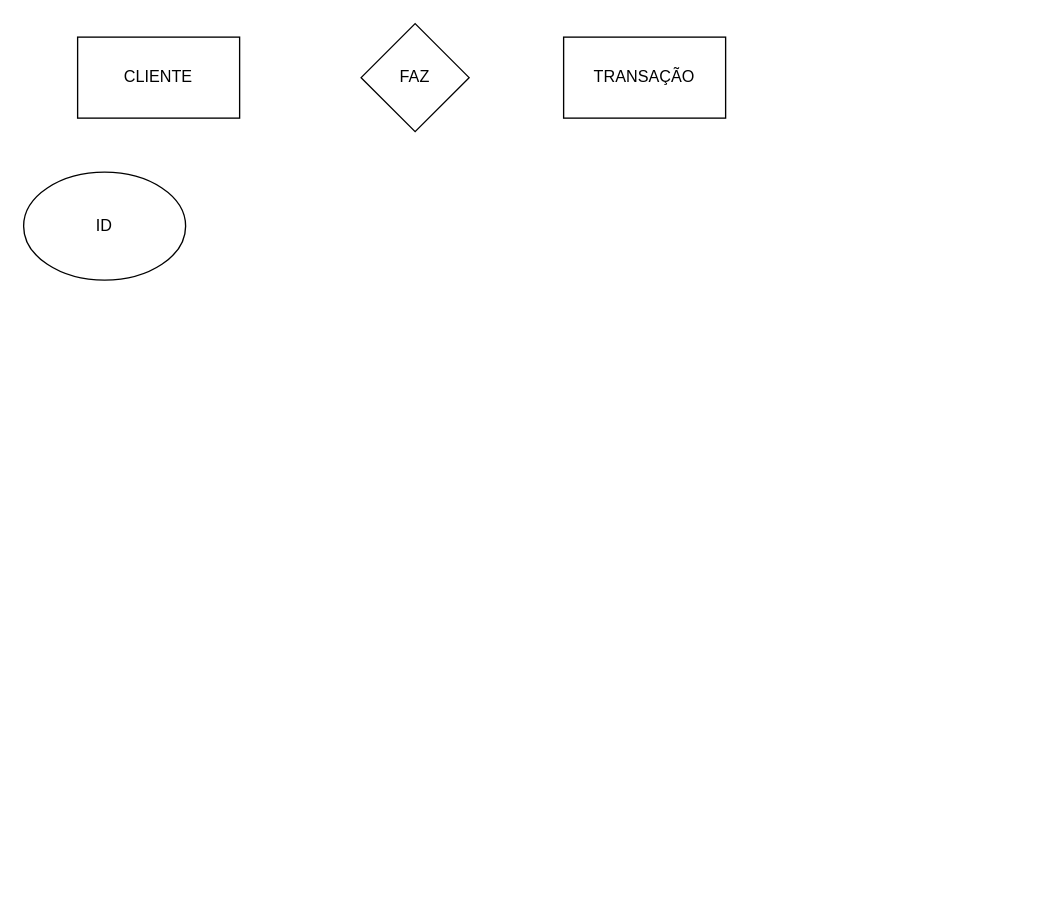
This is ENTIDADE RELACIONAMENTO DESAFIO.drawio from geovanafsantos/ascoisatudo, a draw.io file, before an edit. Source tidied: cells renumbered, new cells numbered last; positions are measured from the earlier drawing's top-left corner, leaving out a move shared by most shapes. Both pictures are drawn from the tidied source at 135%, with x=0, y=0 at pixel (23, 23).
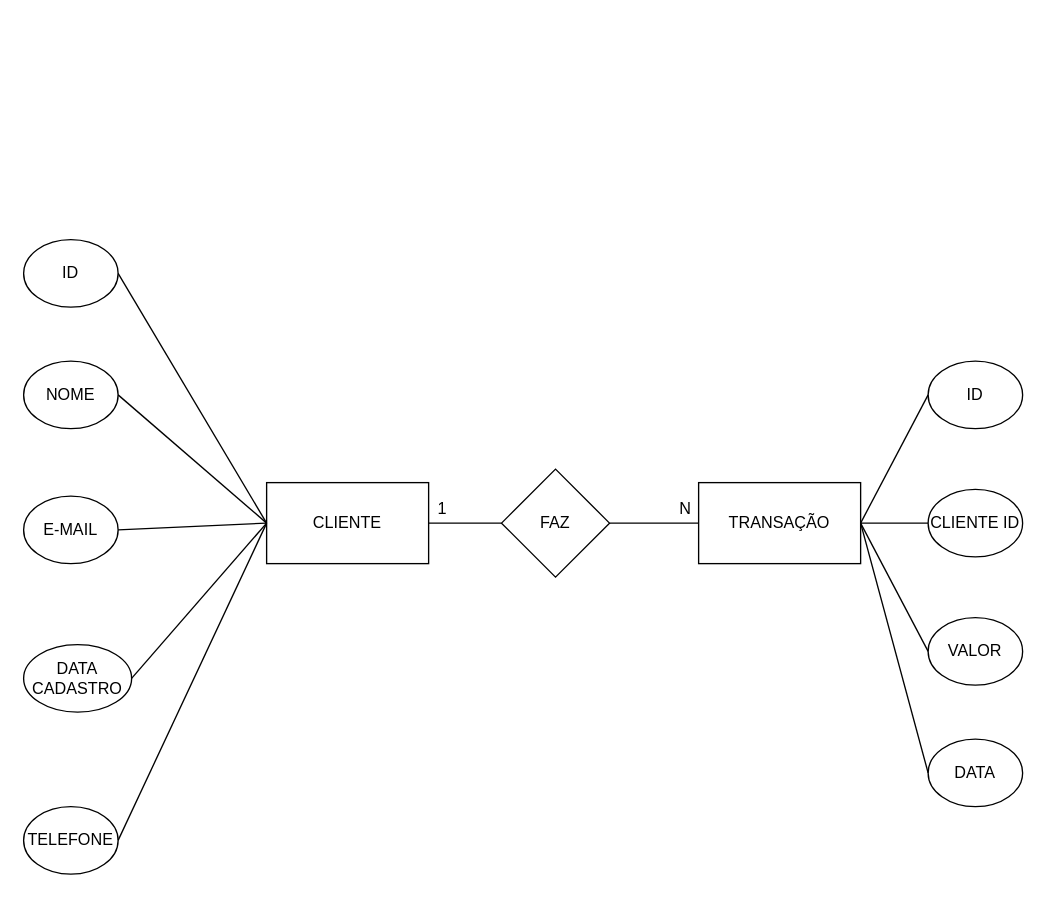
Above is the later version.

The edit, as a diff of the source:
```diff
@@
     <mxCell id="2" value="CLIENTE" style="rounded=0;whiteSpace=wrap;html=1;" parent="1" vertex="1">
-      <mxGeometry x="40" y="10" width="120" height="60" as="geometry" />
+      <mxGeometry x="180" y="340" width="120" height="60" as="geometry" />
     </mxCell>
     <mxCell id="3" value="FAZ" style="rhombus;whiteSpace=wrap;html=1;" parent="1" vertex="1">
-      <mxGeometry x="250" width="80" height="80" as="geometry" />
+      <mxGeometry x="354" y="330" width="80" height="80" as="geometry" />
     </mxCell>
     <mxCell id="4" value="TRANSAÇÃO" style="rounded=0;whiteSpace=wrap;html=1;" parent="1" vertex="1">
-      <mxGeometry x="400" y="10" width="120" height="60" as="geometry" />
+      <mxGeometry x="500" y="340" width="120" height="60" as="geometry" />
     </mxCell>
     <mxCell id="5" value="ID" style="ellipse;whiteSpace=wrap;html=1;" parent="1" vertex="1">
-      <mxGeometry y="110" width="120" height="80" as="geometry" />
+      <mxGeometry y="160" width="70" height="50" as="geometry" />
     </mxCell>
+    <mxCell id="6" value="NOME" style="ellipse;whiteSpace=wrap;html=1;" parent="1" vertex="1">
+      <mxGeometry y="250" width="70" height="50" as="geometry" />
+    </mxCell>
+    <mxCell id="7" value="E-MAIL" style="ellipse;whiteSpace=wrap;html=1;" parent="1" vertex="1">
+      <mxGeometry y="350" width="70" height="50" as="geometry" />
+    </mxCell>
+    <mxCell id="8" value="DATA CADASTRO" style="ellipse;whiteSpace=wrap;html=1;" parent="1" vertex="1">
+      <mxGeometry y="460" width="80" height="50" as="geometry" />
+    </mxCell>
+    <mxCell id="9" value="TELEFONE" style="ellipse;whiteSpace=wrap;html=1;" parent="1" vertex="1">
+      <mxGeometry y="580" width="70" height="50" as="geometry" />
+    </mxCell>
+    <mxCell id="10" value="ID" style="ellipse;whiteSpace=wrap;html=1;" parent="1" vertex="1">
+      <mxGeometry x="670" y="250" width="70" height="50" as="geometry" />
+    </mxCell>
+    <mxCell id="11" value="CLIENTE ID" style="ellipse;whiteSpace=wrap;html=1;" parent="1" vertex="1">
+      <mxGeometry x="670" y="345" width="70" height="50" as="geometry" />
+    </mxCell>
+    <mxCell id="12" value="VALOR" style="ellipse;whiteSpace=wrap;html=1;" parent="1" vertex="1">
+      <mxGeometry x="670" y="440" width="70" height="50" as="geometry" />
+    </mxCell>
+    <mxCell id="13" value="DATA" style="ellipse;whiteSpace=wrap;html=1;" parent="1" vertex="1">
+      <mxGeometry x="670" y="530" width="70" height="50" as="geometry" />
+    </mxCell>
+    <mxCell id="14" style="endArrow=none;html=1;rounded=0;entryX=0;entryY=0.5;entryDx=0;entryDy=0;exitX=1;exitY=0.5;exitDx=0;exitDy=0;" parent="1" edge="1" source="5" target="2">
+      <mxGeometry relative="1" as="geometry" />
+    </mxCell>
+    <mxCell id="15" style="endArrow=none;html=1;rounded=0;exitX=1;exitY=0.5;exitDx=0;exitDy=0;" parent="1" edge="1" source="8">
+      <mxGeometry relative="1" as="geometry">
+        <mxPoint x="180" y="370" as="targetPoint" />
+      </mxGeometry>
+    </mxCell>
+    <mxCell id="16" style="endArrow=none;html=1;rounded=0;exitX=1;exitY=0.5;exitDx=0;exitDy=0;" parent="1" edge="1" source="9">
+      <mxGeometry relative="1" as="geometry">
+        <mxPoint x="180" y="370" as="targetPoint" />
+      </mxGeometry>
+    </mxCell>
+    <mxCell id="17" style="endArrow=none;html=1;rounded=0;exitX=1;exitY=0.5;exitDx=0;exitDy=0;entryX=0;entryY=0.5;entryDx=0;entryDy=0;" parent="1" edge="1" source="2" target="3">
+      <mxGeometry relative="1" as="geometry" />
+    </mxCell>
+    <mxCell id="18" style="endArrow=none;html=1;rounded=0;exitX=1;exitY=0.5;exitDx=0;exitDy=0;" parent="1" edge="1" source="6">
+      <mxGeometry relative="1" as="geometry">
+        <mxPoint x="180" y="370" as="targetPoint" />
+      </mxGeometry>
+    </mxCell>
+    <mxCell id="19" style="endArrow=none;html=1;rounded=0;exitX=1;exitY=0.5;exitDx=0;exitDy=0;" parent="1" edge="1" source="7">
+      <mxGeometry relative="1" as="geometry">
+        <mxPoint x="180" y="370" as="targetPoint" />
+      </mxGeometry>
+    </mxCell>
+    <mxCell id="20" style="endArrow=none;html=1;rounded=0;entryX=0;entryY=0.5;entryDx=0;entryDy=0;" parent="1" edge="1" source="3" target="4">
+      <mxGeometry relative="1" as="geometry" />
+    </mxCell>
+    <mxCell id="21" style="endArrow=none;html=1;rounded=0;entryX=0;entryY=0.5;entryDx=0;entryDy=0;exitX=1;exitY=0.5;exitDx=0;exitDy=0;" parent="1" edge="1" source="4" target="12">
+      <mxGeometry relative="1" as="geometry" />
+    </mxCell>
+    <mxCell id="22" style="endArrow=none;html=1;rounded=0;entryX=0;entryY=0.5;entryDx=0;entryDy=0;exitX=1;exitY=0.5;exitDx=0;exitDy=0;" parent="1" edge="1" source="4" target="13">
+      <mxGeometry relative="1" as="geometry" />
+    </mxCell>
+    <mxCell id="23" style="endArrow=none;html=1;rounded=0;entryX=0;entryY=0.5;entryDx=0;entryDy=0;" parent="1" edge="1" target="10">
+      <mxGeometry relative="1" as="geometry">
+        <mxPoint x="620" y="370" as="sourcePoint" />
+      </mxGeometry>
+    </mxCell>
+    <mxCell id="24" style="endArrow=none;html=1;rounded=0;entryX=0;entryY=0.5;entryDx=0;entryDy=0;exitX=1;exitY=0.5;exitDx=0;exitDy=0;" parent="1" edge="1" source="4" target="11">
+      <mxGeometry relative="1" as="geometry" />
+    </mxCell>
+    <mxCell id="25" value="1" style="text;html=1;align=center;verticalAlign=middle;strokeColor=none;fillColor=none;" parent="1" vertex="1">
+      <mxGeometry x="300" y="350" width="20" height="20" as="geometry" />
+    </mxCell>
+    <mxCell id="26" value="N" style="text;html=1;align=center;verticalAlign=middle;strokeColor=none;fillColor=none;" parent="1" vertex="1">
+      <mxGeometry x="480" y="350" width="20" height="20" as="geometry" />
+    </mxCell>
```
